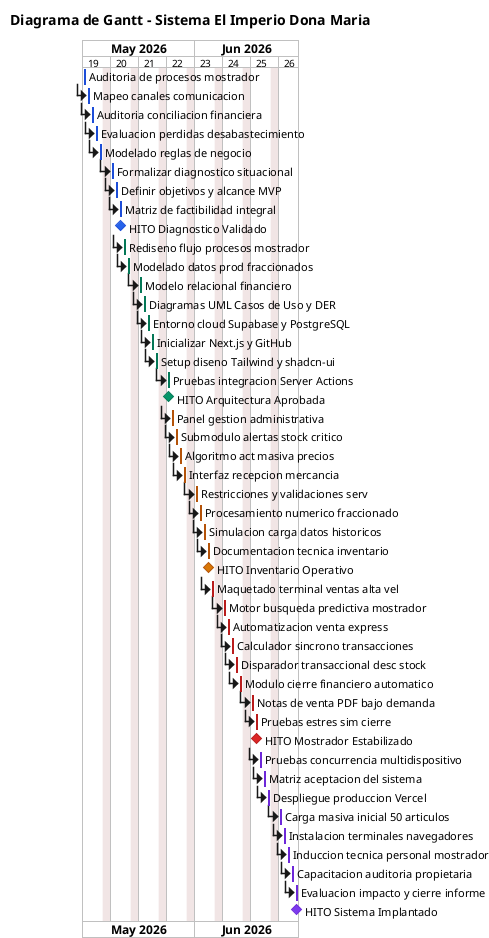
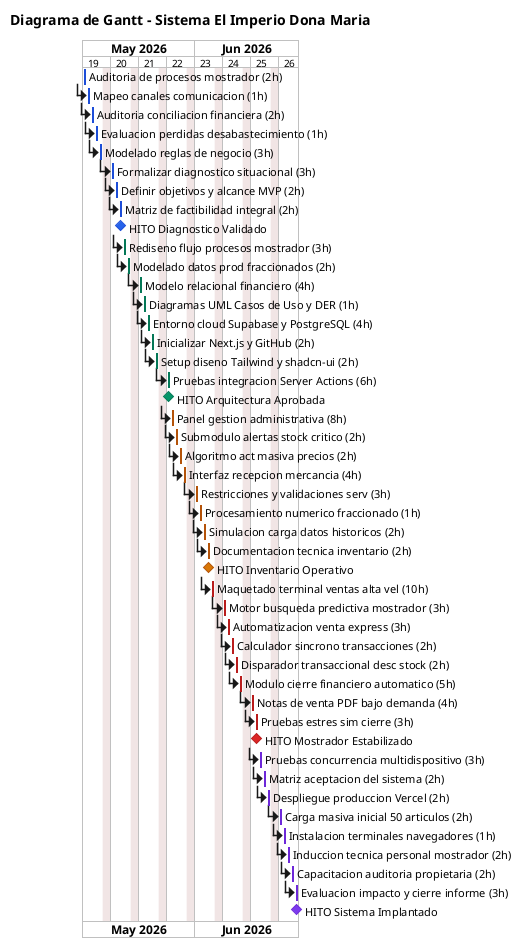
@startgantt
title Diagrama de Gantt - Sistema El Imperio Dona Maria

saturday are closed
sunday are closed
printscale weekly

Project starts 2026/05/04

' ============================================
' FASE I - Observacion (Dias 1-8)
' ============================================
- [Auditoria de procesos mostrador] as [A1] requires 1 day
+ [Auditoria de procesos mostrador (2h)] as [A1] requires 1 day
[A1] is colored in #2563EB/#1D4ED8

- [Mapeo canales comunicacion] as [A2] requires 1 day
+ [Mapeo canales comunicacion (1h)] as [A2] requires 1 day
[A2] is colored in #2563EB/#1D4ED8
[A2] starts at [A1]'s end

- [Auditoria conciliacion financiera] as [A3] requires 1 day
+ [Auditoria conciliacion financiera (2h)] as [A3] requires 1 day
[A3] is colored in #2563EB/#1D4ED8
[A3] starts at [A2]'s end

- [Evaluacion perdidas desabastecimiento] as [A4] requires 1 day
+ [Evaluacion perdidas desabastecimiento (1h)] as [A4] requires 1 day
[A4] is colored in #2563EB/#1D4ED8
[A4] starts at [A3]'s end

- [Modelado reglas de negocio] as [A5] requires 1 day
+ [Modelado reglas de negocio (3h)] as [A5] requires 1 day
[A5] is colored in #2563EB/#1D4ED8
[A5] starts at [A4]'s end

- [Formalizar diagnostico situacional] as [A6] requires 1 day
+ [Formalizar diagnostico situacional (3h)] as [A6] requires 1 day
[A6] is colored in #2563EB/#1D4ED8
[A6] starts at [A5]'s end

- [Definir objetivos y alcance MVP] as [A7] requires 1 day
+ [Definir objetivos y alcance MVP (2h)] as [A7] requires 1 day
[A7] is colored in #2563EB/#1D4ED8
[A7] starts at [A6]'s end

- [Matriz de factibilidad integral] as [A8] requires 1 day
+ [Matriz de factibilidad integral (2h)] as [A8] requires 1 day
[A8] is colored in #2563EB/#1D4ED8
[A8] starts at [A7]'s end

[HITO Diagnostico Validado] as [M1] happens at [A8]'s end
[M1] is colored in #2563EB/#1D4ED8

' ============================================
' FASE II - Hipotesis y Diseno (Dias 9-16)
' ============================================
- [Rediseno flujo procesos mostrador] as [A9] requires 1 day
+ [Rediseno flujo procesos mostrador (3h)] as [A9] requires 1 day
[A9] is colored in #059669/#047857
[A9] starts at [M1]'s end

- [Modelado datos prod fraccionados] as [A10] requires 1 day
+ [Modelado datos prod fraccionados (2h)] as [A10] requires 1 day
[A10] is colored in #059669/#047857
[A10] starts at [A9]'s end

- [Modelo relacional financiero] as [A11] requires 1 day
+ [Modelo relacional financiero (4h)] as [A11] requires 1 day
[A11] is colored in #059669/#047857
[A11] starts at [A10]'s end

- [Diagramas UML Casos de Uso y DER] as [A12] requires 1 day
+ [Diagramas UML Casos de Uso y DER (1h)] as [A12] requires 1 day
[A12] is colored in #059669/#047857
[A12] starts at [A11]'s end

- [Entorno cloud Supabase y PostgreSQL] as [A13] requires 1 day
+ [Entorno cloud Supabase y PostgreSQL (4h)] as [A13] requires 1 day
[A13] is colored in #059669/#047857
[A13] starts at [A12]'s end

- [Inicializar Next.js y GitHub] as [A14] requires 1 day
+ [Inicializar Next.js y GitHub (2h)] as [A14] requires 1 day
[A14] is colored in #059669/#047857
[A14] starts at [A13]'s end

- [Setup diseno Tailwind y shadcn-ui] as [A15] requires 1 day
+ [Setup diseno Tailwind y shadcn-ui (2h)] as [A15] requires 1 day
[A15] is colored in #059669/#047857
[A15] starts at [A14]'s end

- [Pruebas integracion Server Actions] as [A16] requires 1 day
+ [Pruebas integracion Server Actions (6h)] as [A16] requires 1 day
[A16] is colored in #059669/#047857
[A16] starts at [A15]'s end

[HITO Arquitectura Aprobada] as [M2] happens at [A16]'s end
[M2] is colored in #059669/#047857

' ============================================
' FASE III - Inventario (Dias 17-24)
' ============================================
- [Panel gestion administrativa] as [A17] requires 1 day
+ [Panel gestion administrativa (8h)] as [A17] requires 1 day
[A17] is colored in #D97706/#B45309
[A17] starts at [M2]'s end

- [Submodulo alertas stock critico] as [A18] requires 1 day
+ [Submodulo alertas stock critico (2h)] as [A18] requires 1 day
[A18] is colored in #D97706/#B45309
[A18] starts at [A17]'s end

- [Algoritmo act masiva precios] as [A19] requires 1 day
+ [Algoritmo act masiva precios (2h)] as [A19] requires 1 day
[A19] is colored in #D97706/#B45309
[A19] starts at [A18]'s end

- [Interfaz recepcion mercancia] as [A20] requires 1 day
+ [Interfaz recepcion mercancia (4h)] as [A20] requires 1 day
[A20] is colored in #D97706/#B45309
[A20] starts at [A19]'s end

- [Restricciones y validaciones serv] as [A21] requires 1 day
+ [Restricciones y validaciones serv (3h)] as [A21] requires 1 day
[A21] is colored in #D97706/#B45309
[A21] starts at [A20]'s end

- [Procesamiento numerico fraccionado] as [A22] requires 1 day
+ [Procesamiento numerico fraccionado (1h)] as [A22] requires 1 day
[A22] is colored in #D97706/#B45309
[A22] starts at [A21]'s end

- [Simulacion carga datos historicos] as [A23] requires 1 day
+ [Simulacion carga datos historicos (2h)] as [A23] requires 1 day
[A23] is colored in #D97706/#B45309
[A23] starts at [A22]'s end

- [Documentacion tecnica inventario] as [A24] requires 1 day
+ [Documentacion tecnica inventario (2h)] as [A24] requires 1 day
[A24] is colored in #D97706/#B45309
[A24] starts at [A23]'s end

[HITO Inventario Operativo] as [M3] happens at [A24]'s end
[M3] is colored in #D97706/#B45309

' ============================================
' FASE IV - Mostrador (Dias 25-32)
' ============================================
- [Maquetado terminal ventas alta vel] as [A25] requires 1 day
+ [Maquetado terminal ventas alta vel (10h)] as [A25] requires 1 day
[A25] is colored in #DC2626/#B91C1C
[A25] starts at [M3]'s end

- [Motor busqueda predictiva mostrador] as [A26] requires 1 day
+ [Motor busqueda predictiva mostrador (3h)] as [A26] requires 1 day
[A26] is colored in #DC2626/#B91C1C
[A26] starts at [A25]'s end

- [Automatizacion venta express] as [A27] requires 1 day
+ [Automatizacion venta express (3h)] as [A27] requires 1 day
[A27] is colored in #DC2626/#B91C1C
[A27] starts at [A26]'s end

- [Calculador sincrono transacciones] as [A28] requires 1 day
+ [Calculador sincrono transacciones (2h)] as [A28] requires 1 day
[A28] is colored in #DC2626/#B91C1C
[A28] starts at [A27]'s end

- [Disparador transaccional desc stock] as [A29] requires 1 day
+ [Disparador transaccional desc stock (2h)] as [A29] requires 1 day
[A29] is colored in #DC2626/#B91C1C
[A29] starts at [A28]'s end

- [Modulo cierre financiero automatico] as [A30] requires 1 day
+ [Modulo cierre financiero automatico (5h)] as [A30] requires 1 day
[A30] is colored in #DC2626/#B91C1C
[A30] starts at [A29]'s end

- [Notas de venta PDF bajo demanda] as [A31] requires 1 day
+ [Notas de venta PDF bajo demanda (4h)] as [A31] requires 1 day
[A31] is colored in #DC2626/#B91C1C
[A31] starts at [A30]'s end

- [Pruebas estres sim cierre] as [A32] requires 1 day
+ [Pruebas estres sim cierre (3h)] as [A32] requires 1 day
[A32] is colored in #DC2626/#B91C1C
[A32] starts at [A31]'s end

[HITO Mostrador Estabilizado] as [M4] happens at [A32]'s end
[M4] is colored in #DC2626/#B91C1C

' ============================================
' FASE V - Validacion (Dias 33-40)
' ============================================
- [Pruebas concurrencia multidispositivo] as [A33] requires 1 day
+ [Pruebas concurrencia multidispositivo (3h)] as [A33] requires 1 day
[A33] is colored in #7C3AED/#6D28D9
[A33] starts at [M4]'s end

- [Matriz aceptacion del sistema] as [A34] requires 1 day
+ [Matriz aceptacion del sistema (2h)] as [A34] requires 1 day
[A34] is colored in #7C3AED/#6D28D9
[A34] starts at [A33]'s end

- [Despliegue produccion Vercel] as [A35] requires 1 day
+ [Despliegue produccion Vercel (2h)] as [A35] requires 1 day
[A35] is colored in #7C3AED/#6D28D9
[A35] starts at [A34]'s end

- [Carga masiva inicial 50 articulos] as [A36] requires 1 day
+ [Carga masiva inicial 50 articulos (2h)] as [A36] requires 1 day
[A36] is colored in #7C3AED/#6D28D9
[A36] starts at [A35]'s end

- [Instalacion terminales navegadores] as [A37] requires 1 day
+ [Instalacion terminales navegadores (1h)] as [A37] requires 1 day
[A37] is colored in #7C3AED/#6D28D9
[A37] starts at [A36]'s end

- [Induccion tecnica personal mostrador] as [A38] requires 1 day
+ [Induccion tecnica personal mostrador (2h)] as [A38] requires 1 day
[A38] is colored in #7C3AED/#6D28D9
[A38] starts at [A37]'s end

- [Capacitacion auditoria propietaria] as [A39] requires 1 day
+ [Capacitacion auditoria propietaria (2h)] as [A39] requires 1 day
[A39] is colored in #7C3AED/#6D28D9
[A39] starts at [A38]'s end

- [Evaluacion impacto y cierre informe] as [A40] requires 1 day
+ [Evaluacion impacto y cierre informe (3h)] as [A40] requires 1 day
[A40] is colored in #7C3AED/#6D28D9
[A40] starts at [A39]'s end

[HITO Sistema Implantado] as [M5] happens at [A40]'s end
[M5] is colored in #7C3AED/#6D28D9

@endgantt
